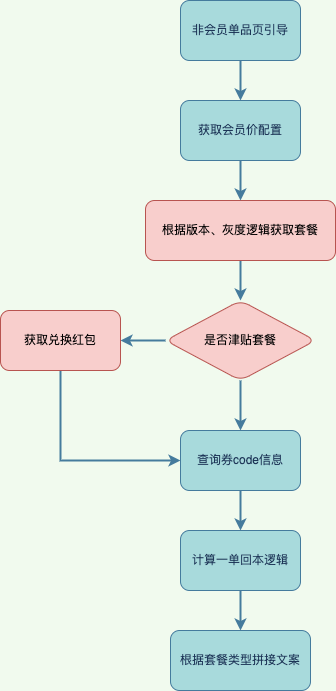
The draw.io diagram 单品页会员引导.png in 845642761/diagram, before a commit. Source tidied: cells renumbered, new cells last; positions are measured from the earlier drawing's top-left corner, leaving out a move shared by most shapes.
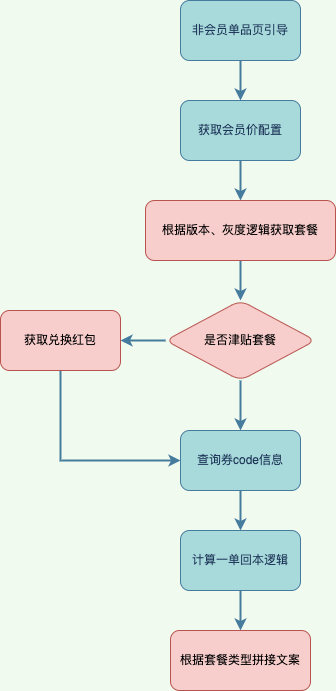
Above is the later version.

Commit message:
更新单品页会员引导.png

What changed in the source:
```diff
@@ -47,7 +47,7 @@
     <mxCell id="16" value="计算一单回本逻辑" style="whiteSpace=wrap;html=1;fillColor=#A8DADC;strokeColor=#457B9D;fontColor=#1D3557;rounded=1;" parent="1" vertex="1">
       <mxGeometry x="180" y="530" width="120" height="60" as="geometry" />
     </mxCell>
-    <mxCell id="17" value="根据套餐类型拼接文案" style="whiteSpace=wrap;html=1;fillColor=#A8DADC;strokeColor=#457B9D;fontColor=#1D3557;rounded=1;" parent="1" vertex="1">
+    <mxCell id="17" value="根据套餐类型拼接文案" style="whiteSpace=wrap;html=1;fillColor=#f8cecc;strokeColor=#b85450;rounded=1;" parent="1" vertex="1">
       <mxGeometry x="170" y="630" width="140" height="60" as="geometry" />
     </mxCell>
   </root>
```
